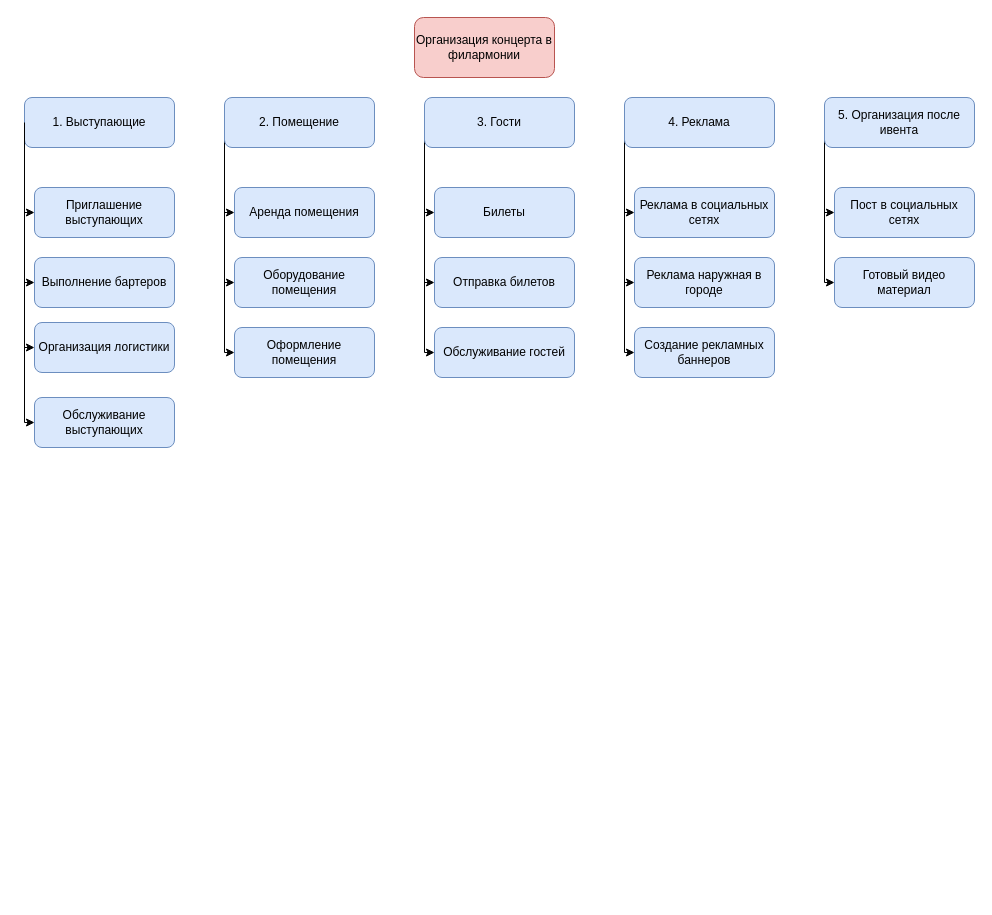
Earlier version of the draw.io diagram wbs-ba.drawio (rmastodon0603/itstep_course_uml). Source tidied: cells renumbered, new cells numbered last; positions are measured from the earlier drawing's top-left corner, leaving out a move shared by most shapes. Both pictures are drawn from the tidied source at 100%, with x=0, y=0 at pixel (24, 17).
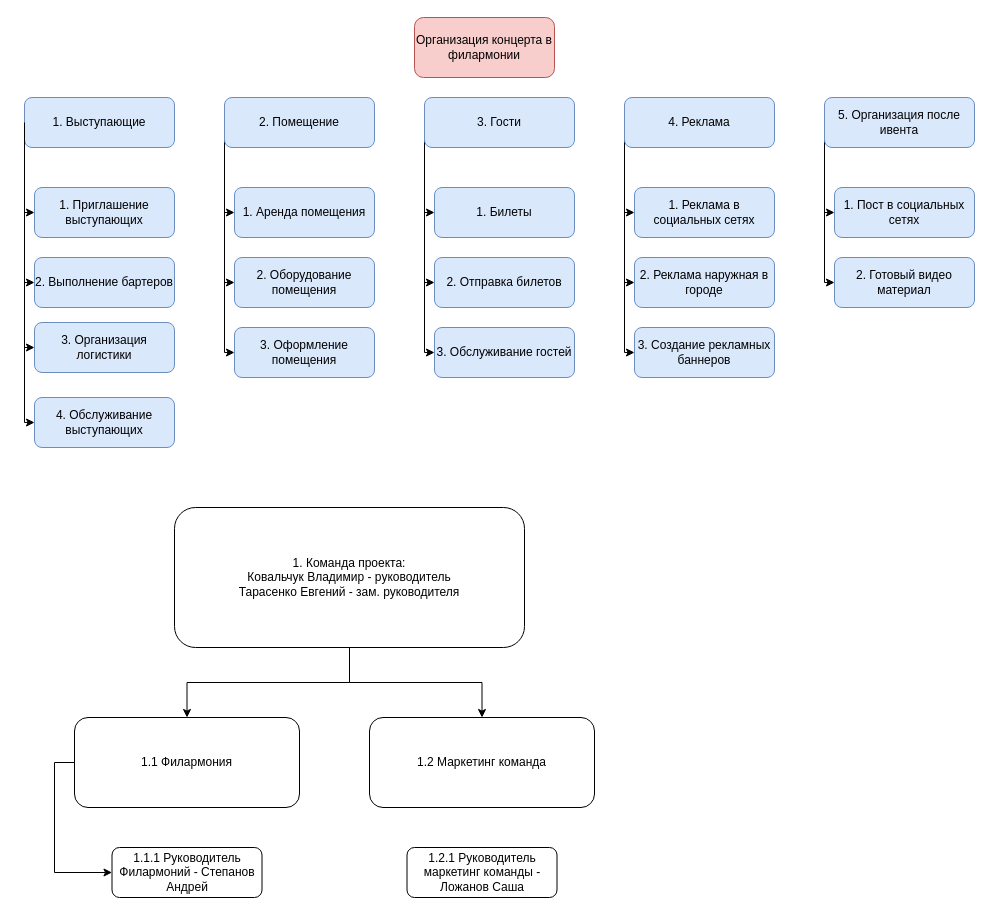
Above is the later version.

Diff of the diagram source:
```diff
@@
-    <mxCell id="22" value="Приглашение выступающих" style="rounded=1;whiteSpace=wrap;html=1;fillColor=#dae8fc;strokeColor=#6c8ebf;fontColor=default;" parent="1" vertex="1">
+    <mxCell id="22" value="1. Приглашение выступающих" style="rounded=1;whiteSpace=wrap;html=1;fillColor=#dae8fc;strokeColor=#6c8ebf;fontColor=default;" parent="1" vertex="1">
       <mxGeometry x="10" y="170" width="140" height="50" as="geometry" />
     </mxCell>
-    <mxCell id="23" value="Выполнение бартеров" style="rounded=1;whiteSpace=wrap;html=1;fillColor=#dae8fc;strokeColor=#6c8ebf;fontColor=default;" parent="1" vertex="1">
+    <mxCell id="23" value="2. Выполнение бартеров" style="rounded=1;whiteSpace=wrap;html=1;fillColor=#dae8fc;strokeColor=#6c8ebf;fontColor=default;" parent="1" vertex="1">
       <mxGeometry x="10" y="240" width="140" height="50" as="geometry" />
     </mxCell>
-    <mxCell id="24" value="Организация логистики" style="rounded=1;whiteSpace=wrap;html=1;fillColor=#dae8fc;strokeColor=#6c8ebf;fontColor=default;" parent="1" vertex="1">
+    <mxCell id="24" value="3. Организация логистики" style="rounded=1;whiteSpace=wrap;html=1;fillColor=#dae8fc;strokeColor=#6c8ebf;fontColor=default;" parent="1" vertex="1">
       <mxGeometry x="10" y="305" width="140" height="50" as="geometry" />
     </mxCell>
-    <mxCell id="25" value="Обслуживание выступающих" style="rounded=1;whiteSpace=wrap;html=1;fillColor=#dae8fc;strokeColor=#6c8ebf;fontColor=default;" parent="1" vertex="1">
+    <mxCell id="25" value="4. Обслуживание выступающих" style="rounded=1;whiteSpace=wrap;html=1;fillColor=#dae8fc;strokeColor=#6c8ebf;fontColor=default;" parent="1" vertex="1">
       <mxGeometry x="10" y="380" width="140" height="50" as="geometry" />
     </mxCell>
@@
-    <mxCell id="27" value="Аренда помещения" style="rounded=1;whiteSpace=wrap;html=1;fillColor=#dae8fc;strokeColor=#6c8ebf;fontColor=default;" parent="1" vertex="1">
+    <mxCell id="27" value="1. Аренда помещения" style="rounded=1;whiteSpace=wrap;html=1;fillColor=#dae8fc;strokeColor=#6c8ebf;fontColor=default;" parent="1" vertex="1">
       <mxGeometry x="210" y="170" width="140" height="50" as="geometry" />
     </mxCell>
-    <mxCell id="28" value="Оборудование помещения" style="rounded=1;whiteSpace=wrap;html=1;fillColor=#dae8fc;strokeColor=#6c8ebf;fontColor=default;" parent="1" vertex="1">
+    <mxCell id="28" value="2. Оборудование помещения" style="rounded=1;whiteSpace=wrap;html=1;fillColor=#dae8fc;strokeColor=#6c8ebf;fontColor=default;" parent="1" vertex="1">
       <mxGeometry x="210" y="240" width="140" height="50" as="geometry" />
     </mxCell>
-    <mxCell id="29" value="Оформление помещения" style="rounded=1;whiteSpace=wrap;html=1;fillColor=#dae8fc;strokeColor=#6c8ebf;fontColor=default;" parent="1" vertex="1">
+    <mxCell id="29" value="3. Оформление помещения" style="rounded=1;whiteSpace=wrap;html=1;fillColor=#dae8fc;strokeColor=#6c8ebf;fontColor=default;" parent="1" vertex="1">
       <mxGeometry x="210" y="310" width="140" height="50" as="geometry" />
     </mxCell>
-    <mxCell id="30" value="Билеты" style="rounded=1;whiteSpace=wrap;html=1;fillColor=#dae8fc;strokeColor=#6c8ebf;fontColor=default;" parent="1" vertex="1">
+    <mxCell id="30" value="1.&amp;nbsp;Билеты" style="rounded=1;whiteSpace=wrap;html=1;fillColor=#dae8fc;strokeColor=#6c8ebf;fontColor=default;" parent="1" vertex="1">
       <mxGeometry x="410" y="170" width="140" height="50" as="geometry" />
     </mxCell>
-    <mxCell id="31" value="Отправка билетов" style="rounded=1;whiteSpace=wrap;html=1;fillColor=#dae8fc;strokeColor=#6c8ebf;fontColor=default;" parent="1" vertex="1">
+    <mxCell id="31" value="2.&amp;nbsp;Отправка билетов" style="rounded=1;whiteSpace=wrap;html=1;fillColor=#dae8fc;strokeColor=#6c8ebf;fontColor=default;" parent="1" vertex="1">
       <mxGeometry x="410" y="240" width="140" height="50" as="geometry" />
     </mxCell>
-    <mxCell id="32" value="Обслуживание гостей" style="rounded=1;whiteSpace=wrap;html=1;fillColor=#dae8fc;strokeColor=#6c8ebf;fontColor=default;" parent="1" vertex="1">
+    <mxCell id="32" value="3.&amp;nbsp;Обслуживание гостей" style="rounded=1;whiteSpace=wrap;html=1;fillColor=#dae8fc;strokeColor=#6c8ebf;fontColor=default;" parent="1" vertex="1">
       <mxGeometry x="410" y="310" width="140" height="50" as="geometry" />
     </mxCell>
-    <mxCell id="33" value="Реклама в социальных сетях" style="rounded=1;whiteSpace=wrap;html=1;fillColor=#dae8fc;strokeColor=#6c8ebf;fontColor=default;" parent="1" vertex="1">
+    <mxCell id="33" value="1.&amp;nbsp;Реклама в социальных сетях" style="rounded=1;whiteSpace=wrap;html=1;fillColor=#dae8fc;strokeColor=#6c8ebf;fontColor=default;" parent="1" vertex="1">
       <mxGeometry x="610" y="170" width="140" height="50" as="geometry" />
     </mxCell>
-    <mxCell id="34" value="Реклама наружная в городе" style="rounded=1;whiteSpace=wrap;html=1;fillColor=#dae8fc;strokeColor=#6c8ebf;fontColor=default;" parent="1" vertex="1">
+    <mxCell id="34" value="2.&amp;nbsp;Реклама наружная в городе" style="rounded=1;whiteSpace=wrap;html=1;fillColor=#dae8fc;strokeColor=#6c8ebf;fontColor=default;" parent="1" vertex="1">
       <mxGeometry x="610" y="240" width="140" height="50" as="geometry" />
     </mxCell>
-    <mxCell id="35" value="Создание рекламных баннеров" style="rounded=1;whiteSpace=wrap;html=1;fillColor=#dae8fc;strokeColor=#6c8ebf;fontColor=default;" parent="1" vertex="1">
+    <mxCell id="35" value="3.&amp;nbsp;Создание рекламных баннеров" style="rounded=1;whiteSpace=wrap;html=1;fillColor=#dae8fc;strokeColor=#6c8ebf;fontColor=default;" parent="1" vertex="1">
       <mxGeometry x="610" y="310" width="140" height="50" as="geometry" />
     </mxCell>
-    <mxCell id="36" value="Пост в социальных сетях" style="rounded=1;whiteSpace=wrap;html=1;fillColor=#dae8fc;strokeColor=#6c8ebf;fontColor=default;" parent="1" vertex="1">
+    <mxCell id="36" value="1.&amp;nbsp;Пост в социальных сетях" style="rounded=1;whiteSpace=wrap;html=1;fillColor=#dae8fc;strokeColor=#6c8ebf;fontColor=default;" parent="1" vertex="1">
       <mxGeometry x="810" y="170" width="140" height="50" as="geometry" />
     </mxCell>
-    <mxCell id="37" value="Готовый видео материал" style="rounded=1;whiteSpace=wrap;html=1;fillColor=#dae8fc;strokeColor=#6c8ebf;fontColor=default;" parent="1" vertex="1">
+    <mxCell id="37" value="2.&amp;nbsp;Готовый видео материал" style="rounded=1;whiteSpace=wrap;html=1;fillColor=#dae8fc;strokeColor=#6c8ebf;fontColor=default;" parent="1" vertex="1">
       <mxGeometry x="810" y="240" width="140" height="50" as="geometry" />
     </mxCell>
+    <mxCell id="38" style="edgeStyle=orthogonalEdgeStyle;rounded=0;jettySize=auto;html=1;exitX=0.5;exitY=1;exitDx=0;exitDy=0;entryX=0.5;entryY=0;entryDx=0;entryDy=0;" parent="1" edge="1" source="40" target="42">
+      <mxGeometry relative="1" as="geometry" />
+    </mxCell>
+    <mxCell id="39" style="edgeStyle=orthogonalEdgeStyle;rounded=0;jettySize=auto;html=1;exitX=0.5;exitY=1;exitDx=0;exitDy=0;entryX=0.5;entryY=0;entryDx=0;entryDy=0;" parent="1" edge="1" source="40" target="44">
+      <mxGeometry relative="1" as="geometry" />
+    </mxCell>
+    <mxCell id="40" value="1. Команда проекта:&lt;br&gt;Ковальчук Владимир - руководитель&lt;br&gt;Тарасенко Евгений - зам. руководителя" style="rounded=1;whiteSpace=wrap;html=1;" parent="1" vertex="1">
+      <mxGeometry x="150" y="490" width="350" height="140" as="geometry" />
+    </mxCell>
+    <mxCell id="41" style="edgeStyle=orthogonalEdgeStyle;rounded=0;jettySize=auto;html=1;exitX=0;exitY=0.5;exitDx=0;exitDy=0;entryX=0;entryY=0.5;entryDx=0;entryDy=0;" parent="1" edge="1" source="42" target="43">
+      <mxGeometry relative="1" as="geometry" />
+    </mxCell>
+    <mxCell id="42" value="1.1 Филармония" style="rounded=1;whiteSpace=wrap;html=1;" parent="1" vertex="1">
+      <mxGeometry x="50" y="700" width="225" height="90" as="geometry" />
+    </mxCell>
+    <mxCell id="43" value="1.1.1 Руководитель Филармоний - Степанов Андрей" style="rounded=1;whiteSpace=wrap;html=1;" parent="1" vertex="1">
+      <mxGeometry x="87.5" y="830" width="150" height="50" as="geometry" />
+    </mxCell>
+    <mxCell id="44" value="1.2 Маркетинг команда" style="rounded=1;whiteSpace=wrap;html=1;" parent="1" vertex="1">
+      <mxGeometry x="345" y="700" width="225" height="90" as="geometry" />
+    </mxCell>
+    <mxCell id="45" value="1.2.1 Руководитель маркетинг команды - Ложанов Саша" style="rounded=1;whiteSpace=wrap;html=1;" parent="1" vertex="1">
+      <mxGeometry x="382.5" y="830" width="150" height="50" as="geometry" />
+    </mxCell>
```
